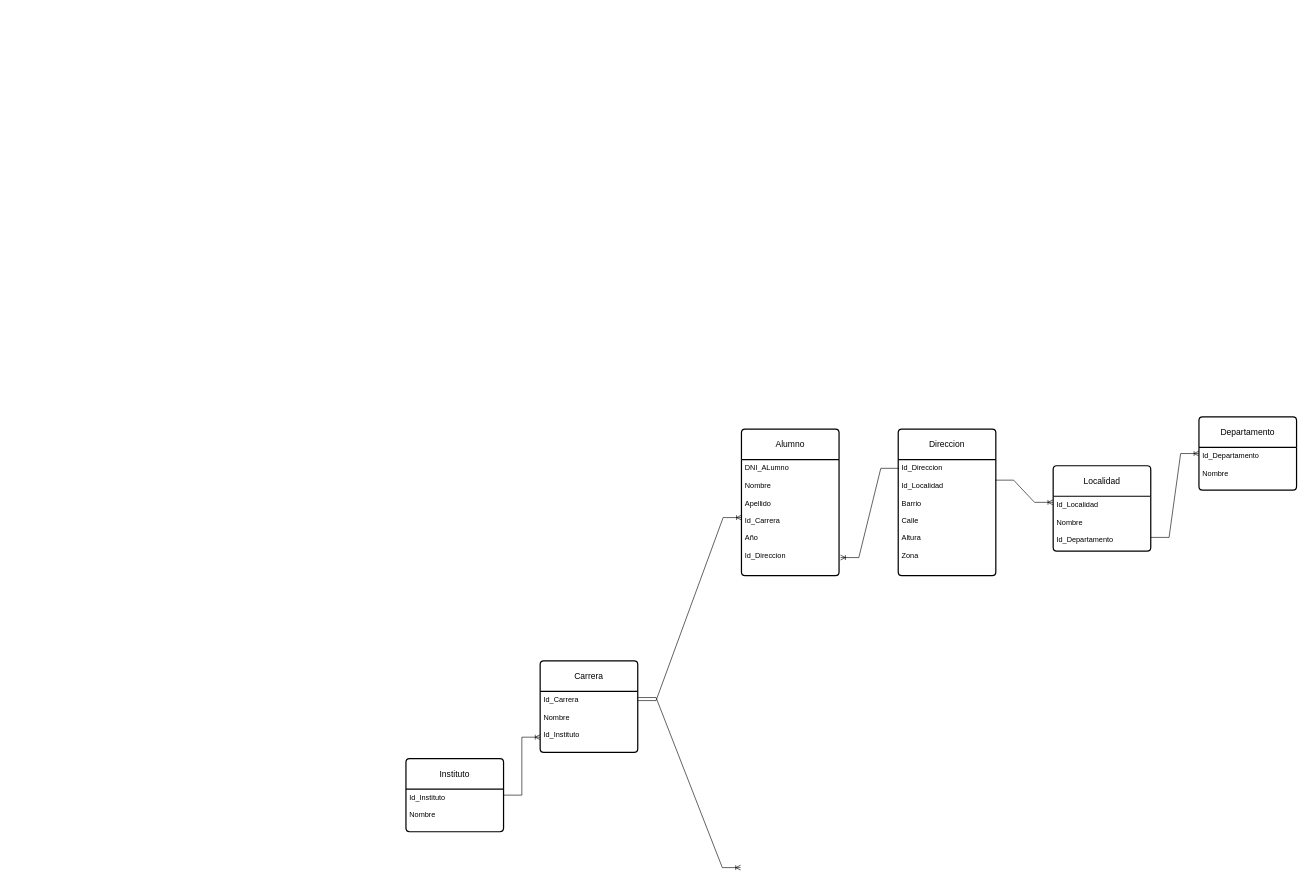
Earlier version of the draw.io diagram Untitled Diagram.drawio (Jolsman01/BasededatosIFODA). Source tidied: cells renumbered, new cells numbered last; positions are measured from the earlier drawing's top-left corner, leaving out a move shared by most shapes. Both pictures are drawn from the tidied source at 61%, with x=0, y=0 at pixel (406, 417).
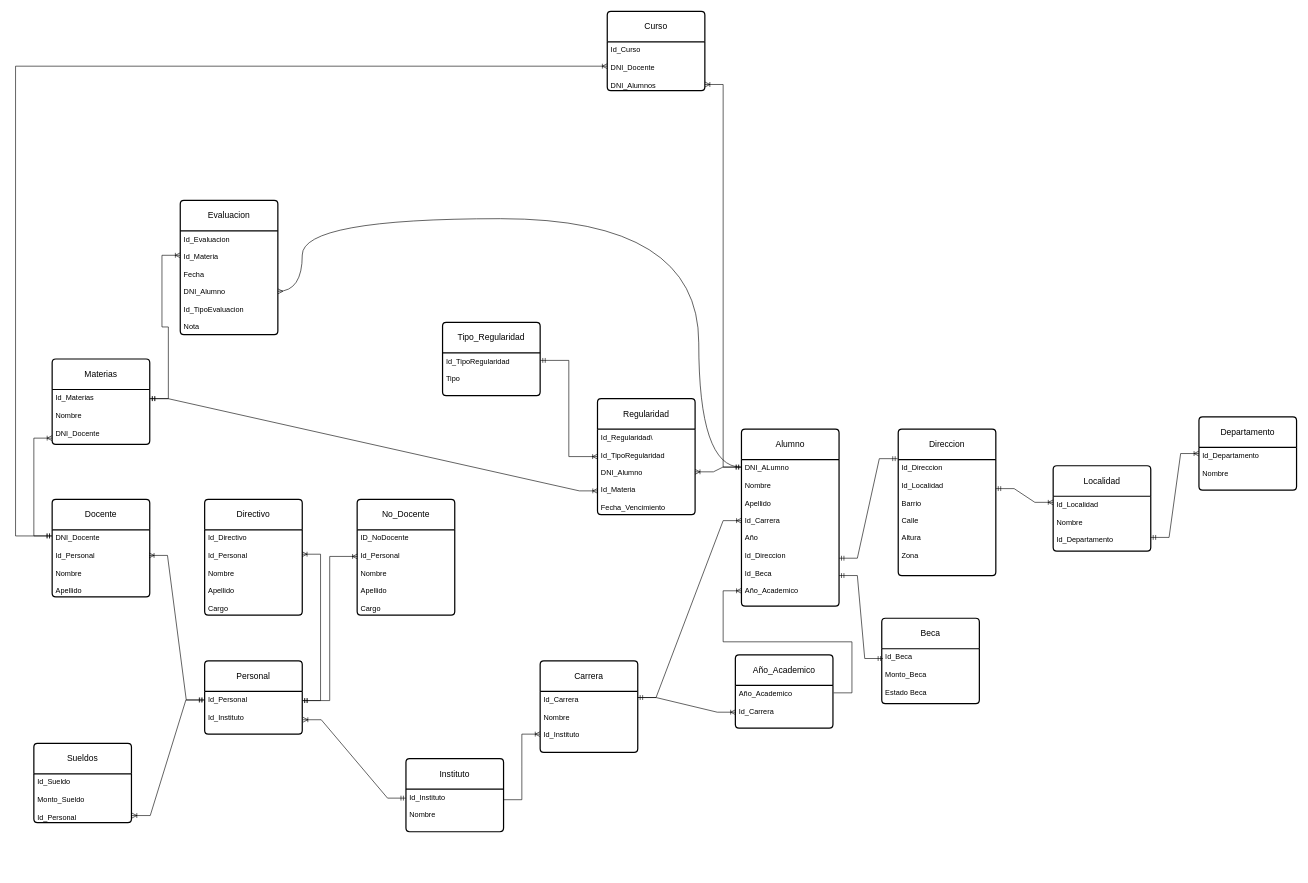
After the change.

Unchanged cells that the change refers to:
```xml
<mxCell id="4" value="Id_Instituto&lt;br&gt;&lt;br&gt;&lt;div&gt;Nombre&lt;/div&gt;" style="align=left;strokeColor=none;fillColor=none;spacingLeft=4;spacingRight=4;fontSize=12;verticalAlign=top;html=1;whiteSpace=wrap;" parent="3" vertex="1">
  <mxGeometry y="50" width="160" height="70" as="geometry" />
</mxCell>
<mxCell id="6" value="Id_Carrera&lt;div&gt;&lt;br&gt;&lt;div&gt;Nombre&lt;/div&gt;&lt;div&gt;&lt;br&gt;&lt;/div&gt;&lt;div&gt;Id_Instituto&lt;br&gt;&lt;br&gt;&lt;/div&gt;&lt;/div&gt;" style="align=left;strokeColor=none;fillColor=none;spacingLeft=4;spacingRight=4;fontSize=12;verticalAlign=top;html=1;whiteSpace=wrap;" parent="5" vertex="1">
  <mxGeometry y="50" width="160" height="100" as="geometry" />
</mxCell>
<mxCell id="12" value="Id_Direccion&lt;div&gt;&lt;br&gt;&lt;/div&gt;&lt;div&gt;Id_Localidad&lt;/div&gt;&lt;div&gt;&lt;br&gt;&lt;/div&gt;&lt;div&gt;Barrio&lt;/div&gt;&lt;div&gt;&lt;br&gt;&lt;/div&gt;&lt;div&gt;Calle&lt;/div&gt;&lt;div&gt;&lt;br&gt;&lt;/div&gt;&lt;div&gt;Altura&lt;/div&gt;&lt;div&gt;&lt;br&gt;&lt;/div&gt;&lt;div&gt;Zona&lt;/div&gt;" style="align=left;strokeColor=none;fillColor=none;spacingLeft=4;spacingRight=4;fontSize=12;verticalAlign=top;html=1;whiteSpace=wrap;" parent="11" vertex="1">
  <mxGeometry y="50" width="160" height="190" as="geometry" />
</mxCell>
<mxCell id="14" value="Id_Localidad&lt;div&gt;&lt;br&gt;&lt;/div&gt;&lt;div&gt;Nombre&lt;/div&gt;&lt;div&gt;&lt;br&gt;&lt;/div&gt;&lt;div&gt;Id_Departamento&lt;/div&gt;" style="align=left;strokeColor=none;fillColor=none;spacingLeft=4;spacingRight=4;fontSize=12;verticalAlign=top;html=1;whiteSpace=wrap;" parent="13" vertex="1">
  <mxGeometry y="50" width="160" height="90" as="geometry" />
</mxCell>
```

Diff of the diagram source:
```diff
@@
-    <mxCell id="2" style="edgeStyle=entityRelationEdgeStyle;fontSize=12;html=1;endArrow=ERoneToMany;rounded=0;entryX=0;entryY=0.75;entryDx=0;entryDy=0;" parent="1" edge="1" target="6">
-      <mxGeometry relative="1" as="geometry">
-        <mxPoint x="160" y="620" as="sourcePoint" />
-      </mxGeometry>
-    </mxCell>
@@
-    <mxCell id="7" style="edgeStyle=entityRelationEdgeStyle;fontSize=12;html=1;endArrow=ERoneToMany;rounded=0;entryX=-0.009;entryY=0.588;entryDx=0;entryDy=0;entryPerimeter=0;" parent="1" edge="1">
+    <mxCell id="7" style="edgeStyle=entityRelationEdgeStyle;fontSize=12;html=1;endArrow=ERoneToMany;rounded=0;entryX=0.002;entryY=0.629;entryDx=0;entryDy=0;entryPerimeter=0;" parent="1" edge="1" target="29">
       <mxGeometry relative="1" as="geometry">
         <mxPoint x="380" y="460" as="sourcePoint" />
-        <mxPoint x="548.6" y="738.8" as="targetPoint" />
       </mxGeometry>
     </mxCell>
     <mxCell id="8" value="Alumno" style="swimlane;horizontal=1;startSize=50;rounded=1;fontSize=14;fontStyle=0;strokeWidth=2;shadow=0;dashed=0;align=center;arcSize=4;whiteSpace=wrap;html=1;" parent="1" vertex="1">
-      <mxGeometry x="550" y="20" width="160" height="240" as="geometry" />
+      <mxGeometry x="550" y="20" width="160" height="290" as="geometry" />
     </mxCell>
-    <mxCell id="9" value="DNI_ALumno&lt;div&gt;&lt;br&gt;&lt;/div&gt;&lt;div&gt;Nombre&lt;/div&gt;&lt;div&gt;&lt;br&gt;&lt;/div&gt;&lt;div&gt;Apellido&lt;/div&gt;&lt;div&gt;&lt;br&gt;&lt;/div&gt;&lt;div&gt;Id_Carrera&lt;/div&gt;&lt;div&gt;&lt;br&gt;&lt;/div&gt;&lt;div&gt;Año&lt;/div&gt;&lt;div&gt;&lt;br&gt;&lt;/div&gt;&lt;div&gt;Id_Direccion&lt;/div&gt;" style="align=left;strokeColor=none;fillColor=none;spacingLeft=4;spacingRight=4;fontSize=12;verticalAlign=top;html=1;whiteSpace=wrap;" parent="8" vertex="1">
-      <mxGeometry y="50" width="160" height="190" as="geometry" />
+    <mxCell id="9" value="DNI_ALumno&lt;div&gt;&lt;br&gt;&lt;/div&gt;&lt;div&gt;Nombre&lt;/div&gt;&lt;div&gt;&lt;br&gt;&lt;/div&gt;&lt;div&gt;Apellido&lt;/div&gt;&lt;div&gt;&lt;br&gt;&lt;/div&gt;&lt;div&gt;Id_Carrera&lt;/div&gt;&lt;div&gt;&lt;br&gt;&lt;/div&gt;&lt;div&gt;Año&lt;/div&gt;&lt;div&gt;&lt;br&gt;&lt;/div&gt;&lt;div&gt;Id_Direccion&lt;/div&gt;&lt;div&gt;&lt;br&gt;&lt;/div&gt;&lt;div&gt;Id_Beca&lt;/div&gt;&lt;div&gt;&lt;br&gt;&lt;/div&gt;&lt;div&gt;Año_Academico&lt;/div&gt;" style="align=left;strokeColor=none;fillColor=none;spacingLeft=4;spacingRight=4;fontSize=12;verticalAlign=top;html=1;whiteSpace=wrap;" parent="8" vertex="1">
+      <mxGeometry y="50" width="160" height="240" as="geometry" />
     </mxCell>
-    <mxCell id="10" style="edgeStyle=entityRelationEdgeStyle;fontSize=12;html=1;endArrow=ERoneToMany;rounded=0;entryX=0;entryY=0.5;entryDx=0;entryDy=0;" parent="1" edge="1" target="9">
-      <mxGeometry relative="1" as="geometry">
-        <mxPoint x="380" y="465" as="sourcePoint" />
-      </mxGeometry>
-    </mxCell>
@@
-    <mxCell id="15" style="edgeStyle=entityRelationEdgeStyle;fontSize=12;html=1;endArrow=ERoneToMany;rounded=0;exitX=0.995;exitY=0.177;exitDx=0;exitDy=0;exitPerimeter=0;" parent="1" edge="1" source="12">
-      <mxGeometry relative="1" as="geometry">
-        <mxPoint x="1060.5" y="140" as="targetPoint" />
-      </mxGeometry>
-    </mxCell>
@@
-    <mxCell id="18" style="edgeStyle=entityRelationEdgeStyle;fontSize=12;html=1;endArrow=ERoneToMany;rounded=0;exitX=1;exitY=0.75;exitDx=0;exitDy=0;" parent="1" edge="1" source="14">
-      <mxGeometry relative="1" as="geometry">
-        <mxPoint x="1300" y="60" as="targetPoint" />
-      </mxGeometry>
-    </mxCell>
-    <mxCell id="19" style="edgeStyle=entityRelationEdgeStyle;fontSize=12;html=1;endArrow=ERoneToMany;rounded=0;entryX=1.015;entryY=0.845;entryDx=0;entryDy=0;entryPerimeter=0;exitX=0.009;exitY=0.075;exitDx=0;exitDy=0;exitPerimeter=0;" parent="1" edge="1" source="12" target="9">
-      <mxGeometry relative="1" as="geometry" />
-    </mxCell>
+    <mxCell id="20" style="edgeStyle=entityRelationEdgeStyle;fontSize=12;html=1;endArrow=ERoneToMany;startArrow=ERmandOne;rounded=0;" parent="1" edge="1">
+      <mxGeometry relative="1" as="geometry">
+        <mxPoint x="380" y="460" as="sourcePoint" />
+        <mxPoint x="550" y="170" as="targetPoint" />
+      </mxGeometry>
+    </mxCell>
+    <mxCell id="21" style="edgeStyle=entityRelationEdgeStyle;fontSize=12;html=1;endArrow=ERoneToMany;rounded=0;exitX=1;exitY=0.25;exitDx=0;exitDy=0;" parent="1" edge="1" source="4">
+      <mxGeometry relative="1" as="geometry">
+        <mxPoint x="220" y="520" as="targetPoint" />
+      </mxGeometry>
+    </mxCell>
+    <mxCell id="22" style="edgeStyle=entityRelationEdgeStyle;fontSize=12;html=1;endArrow=ERoneToMany;startArrow=ERmandOne;rounded=0;exitX=1;exitY=0.25;exitDx=0;exitDy=0;" parent="1" edge="1" source="12">
+      <mxGeometry relative="1" as="geometry">
+        <mxPoint x="1061" y="140" as="targetPoint" />
+        <Array as="points">
+          <mxPoint x="1011" y="130" />
+        </Array>
+      </mxGeometry>
+    </mxCell>
+    <mxCell id="23" style="edgeStyle=entityRelationEdgeStyle;fontSize=12;html=1;endArrow=ERoneToMany;startArrow=ERmandOne;rounded=0;exitX=1;exitY=0.75;exitDx=0;exitDy=0;" parent="1" edge="1" source="14">
+      <mxGeometry relative="1" as="geometry">
+        <mxPoint x="1300" y="60" as="targetPoint" />
+      </mxGeometry>
+    </mxCell>
+    <mxCell id="24" style="edgeStyle=entityRelationEdgeStyle;fontSize=12;html=1;endArrow=ERmandOne;startArrow=ERmandOne;rounded=0;exitX=1.001;exitY=0.845;exitDx=0;exitDy=0;exitPerimeter=0;entryX=-0.005;entryY=0.075;entryDx=0;entryDy=0;entryPerimeter=0;" parent="1" edge="1">
+      <mxGeometry relative="1" as="geometry">
+        <mxPoint x="710" y="231.6" as="sourcePoint" />
+        <mxPoint x="806" y="68.4" as="targetPoint" />
+      </mxGeometry>
+    </mxCell>
+    <mxCell id="25" value="Beca" style="swimlane;horizontal=1;startSize=50;rounded=1;fontSize=14;fontStyle=0;strokeWidth=2;shadow=0;dashed=0;align=center;arcSize=4;whiteSpace=wrap;html=1;" parent="1" vertex="1">
+      <mxGeometry x="780" y="330" width="160" height="140" as="geometry" />
+    </mxCell>
+    <mxCell id="26" value="Id_Beca&lt;div&gt;&lt;br&gt;&lt;/div&gt;&lt;div&gt;Monto_Beca&lt;/div&gt;&lt;div&gt;&lt;br&gt;&lt;/div&gt;&lt;div&gt;Estado Beca&lt;/div&gt;" style="align=left;strokeColor=none;fillColor=none;spacingLeft=4;spacingRight=4;fontSize=12;verticalAlign=top;html=1;whiteSpace=wrap;" parent="25" vertex="1">
+      <mxGeometry y="50" width="160" height="90" as="geometry" />
+    </mxCell>
+    <mxCell id="27" style="edgeStyle=entityRelationEdgeStyle;fontSize=12;html=1;endArrow=ERmandOne;startArrow=ERmandOne;rounded=0;entryX=0.013;entryY=0.178;entryDx=0;entryDy=0;entryPerimeter=0;" parent="1" edge="1" target="26">
+      <mxGeometry relative="1" as="geometry">
+        <mxPoint x="710" y="260" as="sourcePoint" />
+      </mxGeometry>
+    </mxCell>
+    <mxCell id="28" value="Año_Academico" style="swimlane;horizontal=1;startSize=50;rounded=1;fontSize=14;fontStyle=0;strokeWidth=2;shadow=0;dashed=0;align=center;arcSize=4;whiteSpace=wrap;html=1;" parent="1" vertex="1">
+      <mxGeometry x="540" y="390" width="160" height="120" as="geometry" />
+    </mxCell>
+    <mxCell id="29" value="Año_Academico&lt;div&gt;&lt;br&gt;&lt;/div&gt;&lt;div&gt;Id_Carrera&lt;/div&gt;" style="align=left;strokeColor=none;fillColor=none;spacingLeft=4;spacingRight=4;fontSize=12;verticalAlign=top;html=1;whiteSpace=wrap;" parent="28" vertex="1">
+      <mxGeometry y="50" width="160" height="70" as="geometry" />
+    </mxCell>
+    <mxCell id="30" style="edgeStyle=entityRelationEdgeStyle;fontSize=12;html=1;endArrow=ERoneToMany;rounded=0;exitX=1.007;exitY=0.176;exitDx=0;exitDy=0;exitPerimeter=0;" parent="1" edge="1" source="29">
+      <mxGeometry relative="1" as="geometry">
+        <mxPoint x="550" y="285" as="targetPoint" />
+        <Array as="points">
+          <mxPoint x="576.1" y="420" />
+        </Array>
+      </mxGeometry>
+    </mxCell>
+    <mxCell id="31" value="Regularidad" style="swimlane;horizontal=1;startSize=50;rounded=1;fontSize=14;fontStyle=0;strokeWidth=2;shadow=0;dashed=0;align=center;arcSize=4;whiteSpace=wrap;html=1;" parent="1" vertex="1">
+      <mxGeometry x="314" y="-30" width="160" height="190" as="geometry" />
+    </mxCell>
+    <mxCell id="32" value="Id_Regularidad\&lt;div&gt;&lt;br&gt;&lt;/div&gt;&lt;div&gt;Id_TipoRegularidad&lt;/div&gt;&lt;div&gt;&lt;br&gt;&lt;/div&gt;&lt;div&gt;DNI_Alumno&lt;/div&gt;&lt;div&gt;&lt;br&gt;&lt;/div&gt;&lt;div&gt;Id_Materia&lt;/div&gt;&lt;div&gt;&lt;br&gt;&lt;/div&gt;&lt;div&gt;Fecha_Vencimiento&lt;/div&gt;" style="align=left;strokeColor=none;fillColor=none;spacingLeft=4;spacingRight=4;fontSize=12;verticalAlign=top;html=1;whiteSpace=wrap;" parent="31" vertex="1">
+      <mxGeometry y="50" width="160" height="140" as="geometry" />
+    </mxCell>
+    <mxCell id="33" style="edgeStyle=entityRelationEdgeStyle;fontSize=12;html=1;endArrow=ERoneToMany;startArrow=ERmandOne;rounded=0;exitX=-0.002;exitY=0.051;exitDx=0;exitDy=0;exitPerimeter=0;" parent="1" edge="1" source="9" target="32">
+      <mxGeometry relative="1" as="geometry" />
+    </mxCell>
+    <mxCell id="34" value="Tipo_Regularidad" style="swimlane;horizontal=1;startSize=50;rounded=1;fontSize=14;fontStyle=0;strokeWidth=2;shadow=0;dashed=0;align=center;arcSize=4;whiteSpace=wrap;html=1;" parent="1" vertex="1">
+      <mxGeometry x="60" y="-155" width="160" height="120" as="geometry" />
+    </mxCell>
+    <mxCell id="35" value="Id_TipoRegularidad&lt;div&gt;&lt;br&gt;&lt;/div&gt;&lt;div&gt;Tipo&lt;/div&gt;" style="align=left;strokeColor=none;fillColor=none;spacingLeft=4;spacingRight=4;fontSize=12;verticalAlign=top;html=1;whiteSpace=wrap;" parent="34" vertex="1">
+      <mxGeometry y="50" width="160" height="70" as="geometry" />
+    </mxCell>
+    <mxCell id="36" style="edgeStyle=elbowEdgeStyle;fontSize=12;html=1;endArrow=ERoneToMany;startArrow=ERmandOne;rounded=0;entryX=0;entryY=0.5;entryDx=0;entryDy=0;exitX=1.002;exitY=0.176;exitDx=0;exitDy=0;exitPerimeter=0;" parent="1" edge="1" source="35" target="31">
+      <mxGeometry relative="1" as="geometry" />
+    </mxCell>
+    <mxCell id="37" value="Personal" style="swimlane;horizontal=1;startSize=50;rounded=1;fontSize=14;fontStyle=0;strokeWidth=2;shadow=0;dashed=0;align=center;arcSize=4;whiteSpace=wrap;html=1;" parent="1" vertex="1">
+      <mxGeometry x="-330" y="400" width="160" height="120" as="geometry" />
+    </mxCell>
+    <mxCell id="38" value="Id_Personal&lt;div&gt;&lt;br&gt;&lt;/div&gt;&lt;div&gt;Id_Instituto&lt;/div&gt;" style="align=left;strokeColor=none;fillColor=none;spacingLeft=4;spacingRight=4;fontSize=12;verticalAlign=top;html=1;whiteSpace=wrap;" parent="37" vertex="1">
+      <mxGeometry y="50" width="160" height="70" as="geometry" />
+    </mxCell>
+    <mxCell id="39" style="edgeStyle=entityRelationEdgeStyle;fontSize=12;html=1;endArrow=ERoneToMany;startArrow=ERmandOne;rounded=0;exitX=-0.001;exitY=0.213;exitDx=0;exitDy=0;entryX=1.007;entryY=0.663;entryDx=0;entryDy=0;entryPerimeter=0;exitPerimeter=0;" parent="1" edge="1" source="4" target="38">
+      <mxGeometry relative="1" as="geometry" />
+    </mxCell>
+    <mxCell id="40" value="Docente" style="swimlane;horizontal=1;startSize=50;rounded=1;fontSize=14;fontStyle=0;strokeWidth=2;shadow=0;dashed=0;align=center;arcSize=4;whiteSpace=wrap;html=1;" parent="1" vertex="1">
+      <mxGeometry x="-580" y="135" width="160" height="160" as="geometry" />
+    </mxCell>
+    <mxCell id="41" value="DNI_Docente&lt;div&gt;&lt;br&gt;&lt;/div&gt;&lt;div&gt;Id_Personal&lt;/div&gt;&lt;div&gt;&lt;br&gt;&lt;/div&gt;&lt;div&gt;Nombre&lt;/div&gt;&lt;div&gt;&lt;br&gt;&lt;/div&gt;&lt;div&gt;Apellido&lt;/div&gt;" style="align=left;strokeColor=none;fillColor=none;spacingLeft=4;spacingRight=4;fontSize=12;verticalAlign=top;html=1;whiteSpace=wrap;" parent="40" vertex="1">
+      <mxGeometry y="50" width="160" height="110" as="geometry" />
+    </mxCell>
+    <mxCell id="42" value="No_Docente" style="swimlane;horizontal=1;startSize=50;rounded=1;fontSize=14;fontStyle=0;strokeWidth=2;shadow=0;dashed=0;align=center;arcSize=4;whiteSpace=wrap;html=1;" parent="1" vertex="1">
+      <mxGeometry x="-80" y="135" width="160" height="190" as="geometry" />
+    </mxCell>
+    <mxCell id="43" value="ID_NoDocente&lt;div&gt;&lt;br&gt;&lt;/div&gt;&lt;div&gt;Id_Personal&lt;/div&gt;&lt;div&gt;&lt;br&gt;&lt;/div&gt;&lt;div&gt;Nombre&lt;/div&gt;&lt;div&gt;&lt;br&gt;&lt;/div&gt;&lt;div&gt;Apellido&lt;/div&gt;&lt;div&gt;&lt;br&gt;&lt;/div&gt;&lt;div&gt;Cargo&lt;/div&gt;" style="align=left;strokeColor=none;fillColor=none;spacingLeft=4;spacingRight=4;fontSize=12;verticalAlign=top;html=1;whiteSpace=wrap;" parent="42" vertex="1">
+      <mxGeometry y="50" width="160" height="140" as="geometry" />
+    </mxCell>
+    <mxCell id="44" value="Directivo" style="swimlane;horizontal=1;startSize=50;rounded=1;fontSize=14;fontStyle=0;strokeWidth=2;shadow=0;dashed=0;align=center;arcSize=4;whiteSpace=wrap;html=1;" parent="1" vertex="1">
+      <mxGeometry x="-330" y="135" width="160" height="190" as="geometry" />
+    </mxCell>
+    <mxCell id="45" value="Id_Directivo&lt;div&gt;&lt;br&gt;&lt;/div&gt;&lt;div&gt;Id_Personal&lt;br&gt;&lt;div&gt;&lt;br&gt;&lt;/div&gt;&lt;div&gt;Nombre&lt;/div&gt;&lt;div&gt;&lt;br&gt;&lt;/div&gt;&lt;div&gt;Apellido&lt;/div&gt;&lt;div&gt;&lt;br&gt;&lt;/div&gt;&lt;div&gt;Cargo&lt;/div&gt;&lt;/div&gt;" style="align=left;strokeColor=none;fillColor=none;spacingLeft=4;spacingRight=4;fontSize=12;verticalAlign=top;html=1;whiteSpace=wrap;" parent="44" vertex="1">
+      <mxGeometry y="50" width="160" height="140" as="geometry" />
+    </mxCell>
+    <mxCell id="46" style="edgeStyle=entityRelationEdgeStyle;fontSize=12;html=1;endArrow=ERoneToMany;startArrow=ERmandOne;rounded=0;exitX=-0.001;exitY=0.199;exitDx=0;exitDy=0;entryX=0.994;entryY=0.382;entryDx=0;entryDy=0;entryPerimeter=0;exitPerimeter=0;" parent="1" edge="1" source="38" target="41">
+      <mxGeometry relative="1" as="geometry" />
+    </mxCell>
+    <mxCell id="47" style="edgeStyle=entityRelationEdgeStyle;fontSize=12;html=1;endArrow=ERoneToMany;startArrow=ERmandOne;rounded=0;entryX=0.999;entryY=0.286;entryDx=0;entryDy=0;entryPerimeter=0;" parent="1" edge="1" target="45">
+      <mxGeometry relative="1" as="geometry">
+        <mxPoint x="-170" y="465" as="sourcePoint" />
+      </mxGeometry>
+    </mxCell>
+    <mxCell id="48" style="fontSize=12;html=1;endArrow=ERoneToMany;startArrow=ERmandOne;rounded=0;edgeStyle=elbowEdgeStyle;entryX=0.003;entryY=0.312;entryDx=0;entryDy=0;entryPerimeter=0;" parent="1" edge="1" target="43">
+      <mxGeometry relative="1" as="geometry">
+        <mxPoint x="-170" y="465" as="sourcePoint" />
+      </mxGeometry>
+    </mxCell>
+    <mxCell id="49" value="Sueldos" style="swimlane;horizontal=1;startSize=50;rounded=1;fontSize=14;fontStyle=0;strokeWidth=2;shadow=0;dashed=0;align=center;arcSize=4;whiteSpace=wrap;html=1;" parent="1" vertex="1">
+      <mxGeometry x="-610" y="535" width="160" height="130" as="geometry" />
+    </mxCell>
+    <mxCell id="50" value="Id_Sueldo&lt;div&gt;&lt;br&gt;&lt;/div&gt;&lt;div&gt;Monto_Sueldo&lt;/div&gt;&lt;div&gt;&lt;br&gt;&lt;/div&gt;&lt;div&gt;Id_Personal&lt;/div&gt;" style="align=left;strokeColor=none;fillColor=none;spacingLeft=4;spacingRight=4;fontSize=12;verticalAlign=top;html=1;whiteSpace=wrap;" parent="49" vertex="1">
+      <mxGeometry y="50" width="160" height="80" as="geometry" />
+    </mxCell>
+    <mxCell id="51" style="edgeStyle=entityRelationEdgeStyle;fontSize=12;html=1;endArrow=ERoneToMany;startArrow=ERmandOne;rounded=0;entryX=1.005;entryY=0.856;entryDx=0;entryDy=0;entryPerimeter=0;exitX=-0.005;exitY=0.201;exitDx=0;exitDy=0;exitPerimeter=0;" parent="1" edge="1" source="38" target="50">
+      <mxGeometry relative="1" as="geometry" />
+    </mxCell>
+    <mxCell id="52" value="Curso" style="swimlane;horizontal=1;startSize=50;rounded=1;fontSize=14;fontStyle=0;strokeWidth=2;shadow=0;dashed=0;align=center;arcSize=4;whiteSpace=wrap;html=1;" parent="1" vertex="1">
+      <mxGeometry x="330" y="-665" width="160" height="130" as="geometry" />
+    </mxCell>
+    <mxCell id="53" value="Id_Curso&lt;div&gt;&lt;br&gt;&lt;/div&gt;&lt;div&gt;DNI_Docente&lt;/div&gt;&lt;div&gt;&lt;br&gt;&lt;/div&gt;&lt;div&gt;DNI_Alumnos&lt;/div&gt;" style="align=left;strokeColor=none;fillColor=none;spacingLeft=4;spacingRight=4;fontSize=12;verticalAlign=top;html=1;whiteSpace=wrap;" parent="52" vertex="1">
+      <mxGeometry y="50" width="160" height="80" as="geometry" />
+    </mxCell>
+    <mxCell id="54" style="edgeStyle=elbowEdgeStyle;fontSize=12;html=1;endArrow=ERoneToMany;startArrow=ERmandOne;rounded=0;entryX=1;entryY=1;entryDx=0;entryDy=0;exitX=-0.006;exitY=0.051;exitDx=0;exitDy=0;exitPerimeter=0;" parent="1" edge="1" source="9">
+      <mxGeometry relative="1" as="geometry">
+        <mxPoint x="490.2" y="-545" as="targetPoint" />
+      </mxGeometry>
+    </mxCell>
+    <mxCell id="55" style="edgeStyle=orthogonalEdgeStyle;fontSize=12;html=1;endArrow=ERoneToMany;startArrow=ERmandOne;rounded=0;exitX=-0.002;exitY=0.092;exitDx=0;exitDy=0;exitPerimeter=0;entryX=0;entryY=0.5;entryDx=0;entryDy=0;" parent="1" edge="1" source="41" target="53">
+      <mxGeometry relative="1" as="geometry">
+        <Array as="points">
+          <mxPoint x="-640" y="195" />
+          <mxPoint x="-640" y="-575" />
+        </Array>
+      </mxGeometry>
+    </mxCell>
+    <mxCell id="56" value="Materias" style="swimlane;horizontal=1;startSize=50;rounded=1;fontSize=14;fontStyle=0;strokeWidth=2;shadow=0;dashed=0;align=center;arcSize=4;whiteSpace=wrap;html=1;" parent="1" vertex="1">
+      <mxGeometry x="-580" y="-95" width="160" height="140" as="geometry" />
+    </mxCell>
+    <mxCell id="57" value="Id_Materias&lt;div&gt;&lt;br&gt;&lt;/div&gt;&lt;div&gt;Nombre&lt;/div&gt;&lt;div&gt;&lt;br&gt;&lt;/div&gt;&lt;div&gt;DNI_Docente&lt;/div&gt;" style="align=left;strokeColor=none;fillColor=none;spacingLeft=4;spacingRight=4;fontSize=12;verticalAlign=top;html=1;whiteSpace=wrap;" parent="56" vertex="1">
+      <mxGeometry y="50" width="160" height="90" as="geometry" />
+    </mxCell>
+    <mxCell id="58" style="edgeStyle=elbowEdgeStyle;fontSize=12;html=1;endArrow=ERoneToMany;startArrow=ERmandOne;rounded=0;exitX=-0.002;exitY=0.091;exitDx=0;exitDy=0;exitPerimeter=0;entryX=-0.001;entryY=0.886;entryDx=0;entryDy=0;entryPerimeter=0;elbow=vertical;" parent="1" edge="1" source="41" target="57">
+      <mxGeometry relative="1" as="geometry">
+        <Array as="points">
+          <mxPoint x="-610" y="109" />
+        </Array>
+      </mxGeometry>
+    </mxCell>
+    <mxCell id="59" style="edgeStyle=entityRelationEdgeStyle;fontSize=12;html=1;endArrow=ERoneToMany;startArrow=ERmandOne;rounded=0;entryX=0.002;entryY=0.723;entryDx=0;entryDy=0;entryPerimeter=0;" parent="1" edge="1" target="32">
+      <mxGeometry relative="1" as="geometry">
+        <mxPoint x="-420" y="-30" as="sourcePoint" />
+      </mxGeometry>
+    </mxCell>
+    <mxCell id="60" value="Evaluacion" style="swimlane;horizontal=1;startSize=50;rounded=1;fontSize=14;fontStyle=0;strokeWidth=2;shadow=0;dashed=0;align=center;arcSize=4;whiteSpace=wrap;html=1;" parent="1" vertex="1">
+      <mxGeometry x="-370" y="-355" width="160" height="220" as="geometry" />
+    </mxCell>
+    <mxCell id="61" value="Id_Evaluacion&lt;div&gt;&lt;br&gt;&lt;/div&gt;&lt;div&gt;Id_Materia&lt;/div&gt;&lt;div&gt;&lt;br&gt;&lt;/div&gt;&lt;div&gt;Fecha&lt;/div&gt;&lt;div&gt;&lt;br&gt;&lt;/div&gt;&lt;div&gt;DNI_Alumno&lt;/div&gt;&lt;div&gt;&lt;br&gt;&lt;/div&gt;&lt;div&gt;Id_TipoEvaluacion&lt;/div&gt;&lt;div&gt;&lt;br&gt;&lt;/div&gt;&lt;div&gt;Nota&lt;/div&gt;" style="align=left;strokeColor=none;fillColor=none;spacingLeft=4;spacingRight=4;fontSize=12;verticalAlign=top;html=1;whiteSpace=wrap;" parent="60" vertex="1">
+      <mxGeometry y="50" width="160" height="170" as="geometry" />
+    </mxCell>
+    <mxCell id="62" style="edgeStyle=entityRelationEdgeStyle;fontSize=12;html=1;endArrow=ERoneToMany;startArrow=ERmandOne;rounded=0;exitX=1.003;exitY=0.167;exitDx=0;exitDy=0;exitPerimeter=0;" parent="1" edge="1" source="57">
+      <mxGeometry relative="1" as="geometry">
+        <mxPoint x="-370" y="-265" as="targetPoint" />
+      </mxGeometry>
+    </mxCell>
+    <mxCell id="63" style="edgeStyle=orthogonalEdgeStyle;fontSize=12;html=1;endArrow=ERmany;rounded=0;entryX=1.001;entryY=0.583;entryDx=0;entryDy=0;entryPerimeter=0;exitX=-0.007;exitY=0.051;exitDx=0;exitDy=0;exitPerimeter=0;curved=1;" parent="1" edge="1" source="9" target="61">
+      <mxGeometry relative="1" as="geometry">
+        <Array as="points">
+          <mxPoint x="480" y="82" />
+          <mxPoint x="480" y="-325" />
+          <mxPoint x="-170" y="-325" />
+          <mxPoint x="-170" y="-206" />
+        </Array>
+      </mxGeometry>
+    </mxCell>
```
